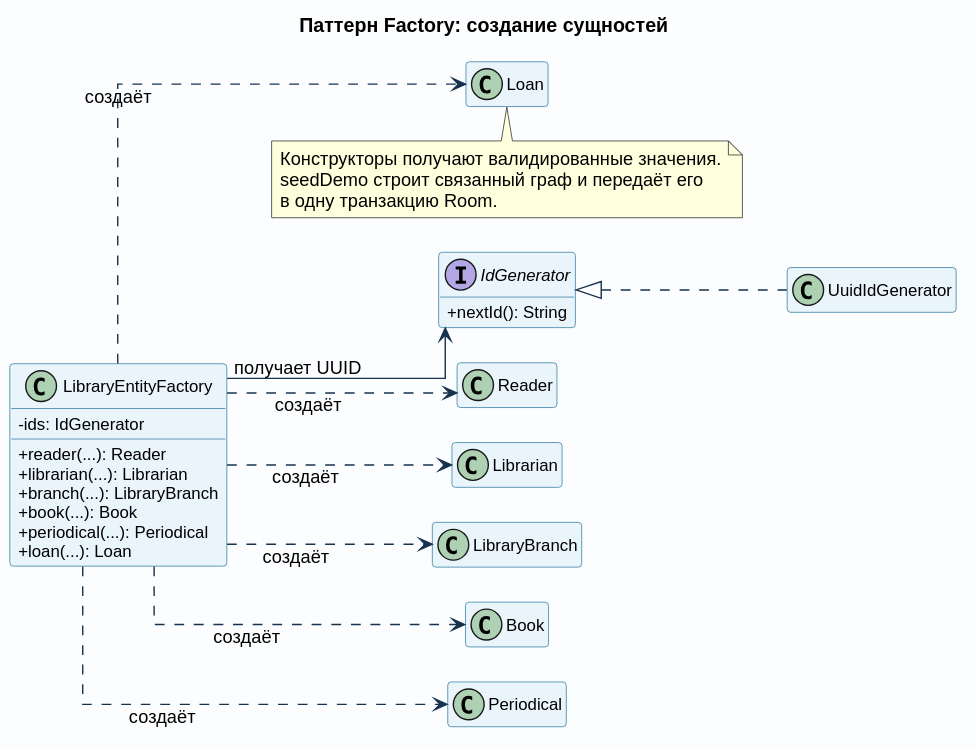
Before: docs/images/pattern_factory.svg, a diagram exported from PlantUML (pank-suai/course-oop-library).
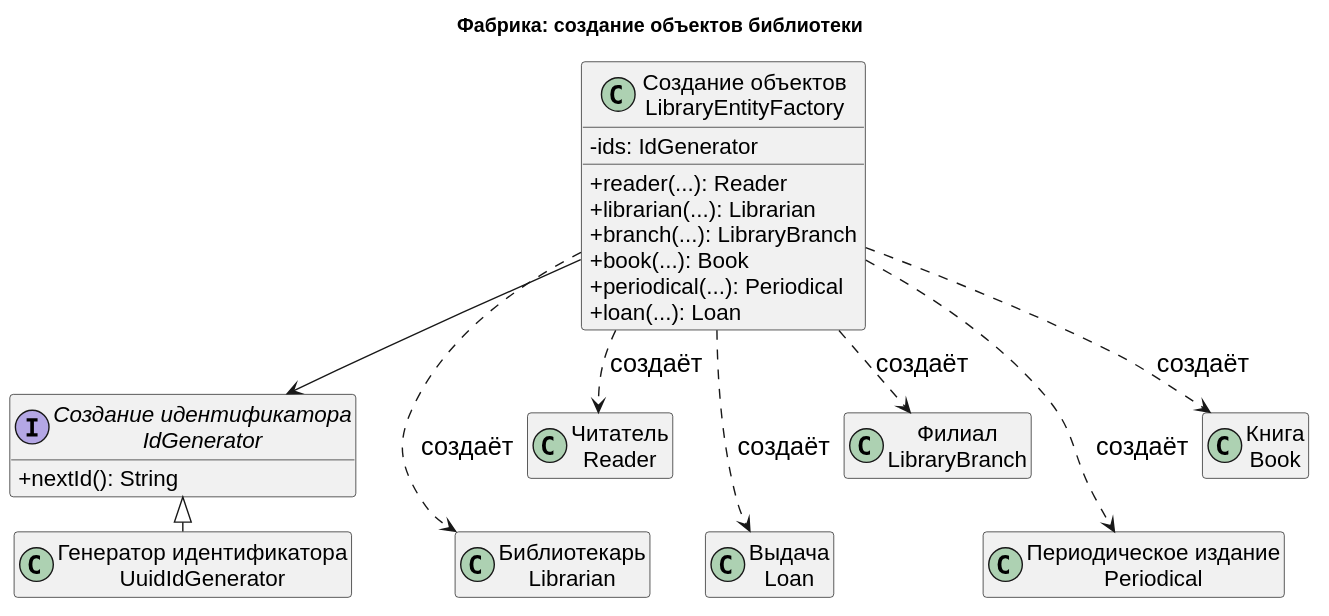
The same file after the commit.

What changed in the source:
```diff
@@ -1,55 +1,45 @@
 @startuml
-left to right direction
-skinparam backgroundColor #FBFDFF
+top to bottom direction
 skinparam shadowing false
+skinparam backgroundColor white
 skinparam defaultFontName Arial
-skinparam classFontSize 15
-skinparam classAttributeFontSize 12
+skinparam defaultFontSize 18
+skinparam classFontSize 18
+skinparam classAttributeFontSize 16
 skinparam classAttributeIconSize 0
 skinparam packageStyle rectangle
-skinparam linetype ortho
-skinparam nodesep 25
-skinparam ranksep 32
-skinparam ArrowColor #17324D
-skinparam ClassBorderColor #24739B
-skinparam ClassBackgroundColor #E9F4FB
-skinparam InterfaceBorderColor #735A9B
-skinparam InterfaceBackgroundColor #F0EDFA
+skinparam nodesep 18
+skinparam ranksep 24
 hide empty members
-
-title Паттерн Factory: создание сущностей
-
-class LibraryEntityFactory {
-  -ids: IdGenerator
-  +reader(...): Reader
-  +librarian(...): Librarian
-  +branch(...): LibraryBranch
-  +book(...): Book
-  +periodical(...): Periodical
-  +loan(...): Loan
+title Фабрика: создание объектов библиотеки
+class "Создание объектов\nLibraryEntityFactory" as LibraryEntityFactory {
+ -ids: IdGenerator
+ +reader(...): Reader
+ +librarian(...): Librarian
+ +branch(...): LibraryBranch
+ +book(...): Book
+ +periodical(...): Periodical
+ +loan(...): Loan
 }
-interface IdGenerator {
-  +nextId(): String
+interface "Создание идентификатора\nIdGenerator" as IdGenerator {
+ +nextId(): String
 }
-class UuidIdGenerator
-class Reader
-class Librarian
-class LibraryBranch
-class Book
-class Periodical
-class Loan
-
-LibraryEntityFactory --> IdGenerator : получает UUID
+class "Генератор идентификатора\nUuidIdGenerator" as UuidIdGenerator
+class "Читатель\nReader" as Reader
+class "Библиотекарь\nLibrarian" as Librarian
+class "Филиал\nLibraryBranch" as LibraryBranch
+class "Книга\nBook" as Book
+class "Периодическое издание\nPeriodical" as Periodical
+class "Выдача\nLoan" as Loan
 IdGenerator <|.. UuidIdGenerator
+LibraryEntityFactory --> IdGenerator
 LibraryEntityFactory ..> Reader : создаёт
 LibraryEntityFactory ..> Librarian : создаёт
 LibraryEntityFactory ..> LibraryBranch : создаёт
 LibraryEntityFactory ..> Book : создаёт
 LibraryEntityFactory ..> Periodical : создаёт
 LibraryEntityFactory ..> Loan : создаёт
-note bottom
-  Конструкторы получают валидированные значения.
-  seedDemo строит связанный граф и передаёт его
-  в одну транзакцию Room.
-end note
+Reader -[hidden]down-> Librarian
+Book -[hidden]down-> Periodical
+LibraryBranch -[hidden]down-> Loan
 @enduml
```
